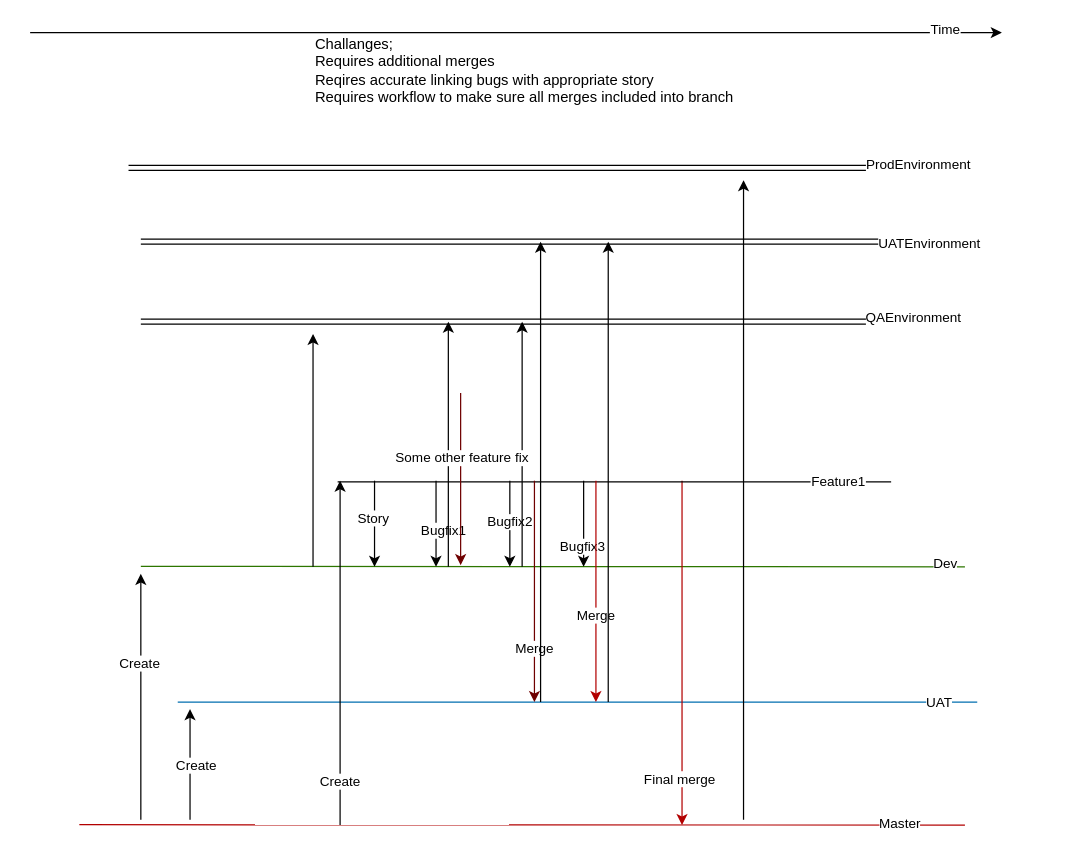
The draw.io diagram 1Feature.drawio in sshevchenko777/POC, before the edit. Source tidied: cells renumbered, new cells numbered last; positions are measured from the earlier drawing's top-left corner, leaving out a move shared by most shapes. Both pictures are drawn from the tidied source at 123%, with x=0, y=0 at pixel (30, 27).
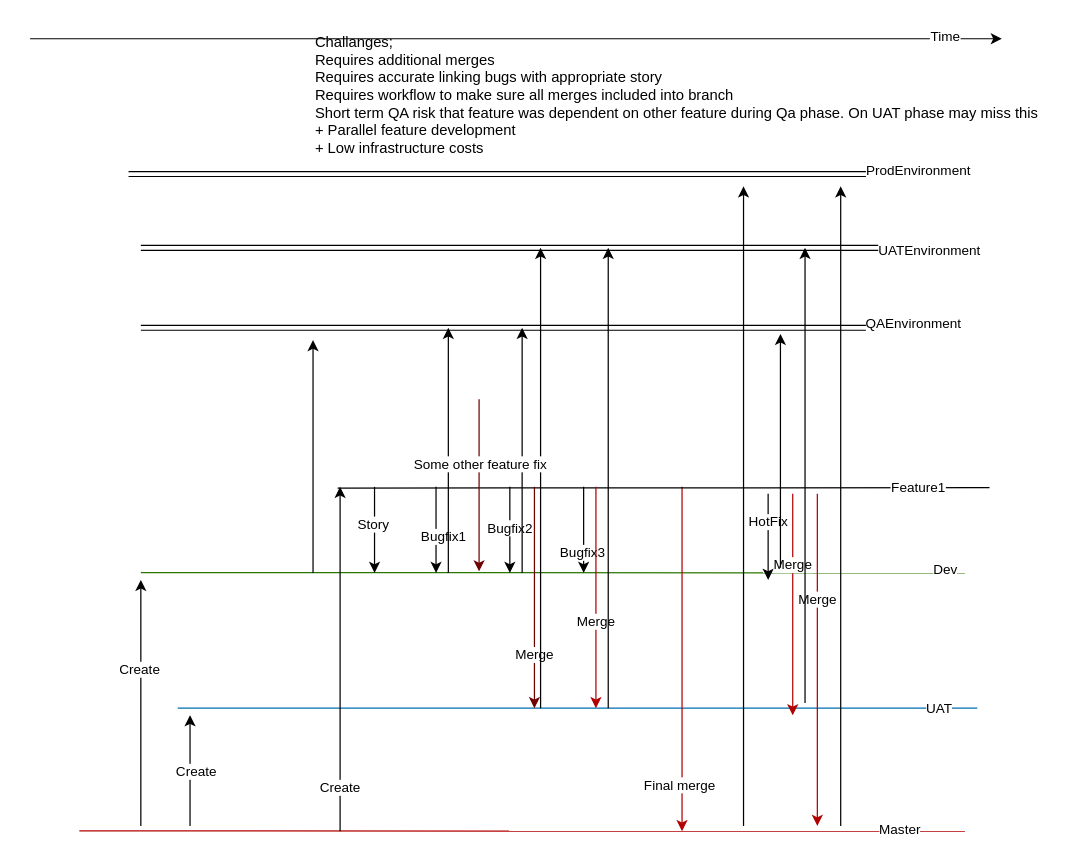
Above is the later version.

The edit, as a diff of the source:
```diff
@@
     <mxCell id="2" style="endArrow=none;html=1;rounded=0;fillColor=#60a917;strokeColor=#2D7600;" parent="1" edge="1">
       <mxGeometry relative="1" as="geometry">
-        <mxPoint x="90" y="438" as="sourcePoint" />
-        <mxPoint x="760" y="438.3" as="targetPoint" />
+        <mxPoint x="90" y="443" as="sourcePoint" />
+        <mxPoint x="760" y="443.3" as="targetPoint" />
       </mxGeometry>
     </mxCell>
@@
     <mxCell id="4" style="endArrow=none;html=1;rounded=0;fillColor=#1ba1e2;strokeColor=#006EAF;" parent="1" edge="1">
       <mxGeometry relative="1" as="geometry">
-        <mxPoint x="120" y="548.3" as="sourcePoint" />
-        <mxPoint x="770" y="548.3" as="targetPoint" />
+        <mxPoint x="120" y="553.3" as="sourcePoint" />
+        <mxPoint x="770" y="553.3" as="targetPoint" />
       </mxGeometry>
     </mxCell>
@@
     <mxCell id="6" style="endArrow=none;html=1;rounded=0;fillColor=#e51400;strokeColor=#B20000;" parent="1" edge="1">
       <mxGeometry relative="1" as="geometry">
-        <mxPoint x="40" y="648" as="sourcePoint" />
-        <mxPoint x="760" y="648.3" as="targetPoint" />
+        <mxPoint x="40" y="653" as="sourcePoint" />
+        <mxPoint x="760" y="653.3" as="targetPoint" />
       </mxGeometry>
     </mxCell>
@@
     <mxCell id="8" style="edgeStyle=orthogonalEdgeStyle;rounded=0;orthogonalLoop=1;jettySize=auto;html=1;" parent="1" edge="1">
       <mxGeometry relative="1" as="geometry">
-        <mxPoint x="280" y="368.3" as="sourcePoint" />
-        <mxPoint x="280" y="438.3" as="targetPoint" />
+        <mxPoint x="280" y="373.3" as="sourcePoint" />
+        <mxPoint x="280" y="443.3" as="targetPoint" />
       </mxGeometry>
     </mxCell>
@@
     <mxCell id="10" style="edgeStyle=orthogonalEdgeStyle;rounded=0;orthogonalLoop=1;jettySize=auto;html=1;fillColor=#e51400;strokeColor=#B20000;" parent="1" edge="1">
       <mxGeometry relative="1" as="geometry">
-        <mxPoint x="530" y="368.3" as="sourcePoint" />
-        <mxPoint x="530" y="648.3" as="targetPoint" />
+        <mxPoint x="530" y="373.3" as="sourcePoint" />
+        <mxPoint x="530" y="653.3" as="targetPoint" />
         <Array as="points">
-          <mxPoint x="530" y="368.3" />
+          <mxPoint x="530" y="373.3" />
         </Array>
       </mxGeometry>
     </mxCell>
@@
     <mxCell id="12" style="edgeStyle=orthogonalEdgeStyle;rounded=0;orthogonalLoop=1;jettySize=auto;html=1;" parent="1" edge="1">
       <mxGeometry relative="1" as="geometry">
-        <mxPoint x="330" y="368.3" as="sourcePoint" />
-        <mxPoint x="330" y="438.3" as="targetPoint" />
+        <mxPoint x="330" y="373.3" as="sourcePoint" />
+        <mxPoint x="330" y="443.3" as="targetPoint" />
       </mxGeometry>
     </mxCell>
@@
     <mxCell id="14" style="edgeStyle=orthogonalEdgeStyle;rounded=0;orthogonalLoop=1;jettySize=auto;html=1;" parent="1" edge="1">
       <mxGeometry relative="1" as="geometry">
-        <mxPoint x="450" y="368.3" as="sourcePoint" />
-        <mxPoint x="450" y="438.3" as="targetPoint" />
+        <mxPoint x="450" y="373.3" as="sourcePoint" />
+        <mxPoint x="450" y="443.3" as="targetPoint" />
       </mxGeometry>
     </mxCell>
@@
     <mxCell id="16" style="endArrow=classic;html=1;rounded=0;" parent="1" edge="1">
       <mxGeometry relative="1" as="geometry">
-        <mxPoint y="4" as="sourcePoint" />
-        <mxPoint x="790" y="4" as="targetPoint" />
+        <mxPoint y="9" as="sourcePoint" />
+        <mxPoint x="790" y="9" as="targetPoint" />
       </mxGeometry>
     </mxCell>
@@
     <mxCell id="18" style="endArrow=none;html=1;rounded=0;" parent="1" edge="1">
       <mxGeometry relative="1" as="geometry">
-        <mxPoint x="250" y="369.3" as="sourcePoint" />
-        <mxPoint x="700" y="369.3" as="targetPoint" />
+        <mxPoint x="250" y="374.3" as="sourcePoint" />
+        <mxPoint x="780" y="374" as="targetPoint" />
       </mxGeometry>
     </mxCell>
@@
     <mxCell id="20" style="endArrow=classic;html=1;rounded=0;" parent="1" edge="1">
       <mxGeometry relative="1" as="geometry">
-        <mxPoint x="252" y="648.3" as="sourcePoint" />
-        <mxPoint x="252" y="368.3" as="targetPoint" />
+        <mxPoint x="252" y="653.3" as="sourcePoint" />
+        <mxPoint x="252" y="373.3" as="targetPoint" />
       </mxGeometry>
     </mxCell>
@@
     <mxCell id="22" style="endArrow=classic;html=1;rounded=0;" parent="1" edge="1">
       <mxGeometry relative="1" as="geometry">
-        <mxPoint x="390" y="368.3" as="sourcePoint" />
-        <mxPoint x="390" y="438.3" as="targetPoint" />
+        <mxPoint x="390" y="373.3" as="sourcePoint" />
+        <mxPoint x="390" y="443.3" as="targetPoint" />
       </mxGeometry>
     </mxCell>
@@
     <mxCell id="24" style="shape=link;html=1;rounded=0;" parent="1" edge="1">
       <mxGeometry relative="1" as="geometry">
-        <mxPoint x="90" y="239" as="sourcePoint" />
-        <mxPoint x="745" y="239" as="targetPoint" />
+        <mxPoint x="90" y="244" as="sourcePoint" />
+        <mxPoint x="745" y="244" as="targetPoint" />
       </mxGeometry>
     </mxCell>
@@
     <mxCell id="26" style="endArrow=classic;html=1;rounded=0;" parent="1" edge="1">
       <mxGeometry relative="1" as="geometry">
-        <mxPoint x="230" y="438.3" as="sourcePoint" />
-        <mxPoint x="230" y="249" as="targetPoint" />
+        <mxPoint x="230" y="443.3" as="sourcePoint" />
+        <mxPoint x="230" y="254" as="targetPoint" />
       </mxGeometry>
     </mxCell>
     <mxCell id="27" style="endArrow=classic;html=1;rounded=0;" parent="1" edge="1">
       <mxGeometry relative="1" as="geometry">
-        <mxPoint x="340" y="438.3" as="sourcePoint" />
-        <mxPoint x="340" y="239" as="targetPoint" />
+        <mxPoint x="340" y="443.3" as="sourcePoint" />
+        <mxPoint x="340" y="244" as="targetPoint" />
       </mxGeometry>
     </mxCell>
     <mxCell id="28" style="shape=link;html=1;rounded=0;" parent="1" edge="1">
       <mxGeometry relative="1" as="geometry">
-        <mxPoint x="90" y="174" as="sourcePoint" />
-        <mxPoint x="760" y="174" as="targetPoint" />
+        <mxPoint x="90" y="179" as="sourcePoint" />
+        <mxPoint x="760" y="179" as="targetPoint" />
       </mxGeometry>
     </mxCell>
@@
     <mxCell id="30" style="endArrow=classic;html=1;rounded=0;fillColor=#a20025;strokeColor=#6F0000;" parent="1" edge="1">
       <mxGeometry relative="1" as="geometry">
-        <mxPoint x="410" y="368.3" as="sourcePoint" />
-        <mxPoint x="410" y="548.3" as="targetPoint" />
+        <mxPoint x="410" y="373.3" as="sourcePoint" />
+        <mxPoint x="410" y="553.3" as="targetPoint" />
       </mxGeometry>
     </mxCell>
@@
     <mxCell id="32" style="endArrow=classic;html=1;rounded=0;" parent="1" edge="1">
       <mxGeometry relative="1" as="geometry">
-        <mxPoint x="415" y="548.3" as="sourcePoint" />
-        <mxPoint x="415" y="174" as="targetPoint" />
+        <mxPoint x="415" y="553.3" as="sourcePoint" />
+        <mxPoint x="415" y="179" as="targetPoint" />
       </mxGeometry>
     </mxCell>
     <mxCell id="33" style="endArrow=classic;html=1;rounded=0;fillColor=#e51400;strokeColor=#B20000;" parent="1" edge="1">
       <mxGeometry relative="1" as="geometry">
-        <mxPoint x="460" y="368.3" as="sourcePoint" />
-        <mxPoint x="460" y="548.3" as="targetPoint" />
+        <mxPoint x="460" y="373.3" as="sourcePoint" />
+        <mxPoint x="460" y="553.3" as="targetPoint" />
       </mxGeometry>
     </mxCell>
@@
     <mxCell id="35" style="endArrow=classic;html=1;rounded=0;" parent="1" edge="1">
       <mxGeometry relative="1" as="geometry">
-        <mxPoint x="470" y="548.3" as="sourcePoint" />
-        <mxPoint x="470" y="174" as="targetPoint" />
+        <mxPoint x="470" y="553.3" as="sourcePoint" />
+        <mxPoint x="470" y="179" as="targetPoint" />
       </mxGeometry>
     </mxCell>
     <mxCell id="36" style="endArrow=classic;html=1;rounded=0;" parent="1" edge="1">
       <mxGeometry relative="1" as="geometry">
-        <mxPoint x="400" y="438.3" as="sourcePoint" />
-        <mxPoint x="400" y="239" as="targetPoint" />
+        <mxPoint x="400" y="443.3" as="sourcePoint" />
+        <mxPoint x="400" y="244" as="targetPoint" />
       </mxGeometry>
     </mxCell>
-    <mxCell id="37" value="Challanges;&lt;div&gt;Requires additional merges&lt;/div&gt;&lt;div style=&quot;&quot;&gt;Reqires accurate linking bugs with appropriate story&lt;/div&gt;&lt;div style=&quot;&quot;&gt;Requires workflow to make sure all merges included into branch&lt;/div&gt;" style="text;html=1;align=left;verticalAlign=middle;strokeColor=none;fillColor=none;" parent="1" vertex="1">
-      <mxGeometry x="230" width="360" height="70" as="geometry" />
+    <mxCell id="37" value="Challanges;&lt;div&gt;Requires additional merges&lt;/div&gt;&lt;div style=&quot;&quot;&gt;Requires accurate linking bugs with appropriate story&lt;/div&gt;&lt;div style=&quot;&quot;&gt;Requires workflow to make sure all merges included into branch&lt;/div&gt;&lt;div style=&quot;&quot;&gt;Short term QA risk that feature was dependent on other feature during Qa phase. On UAT phase may miss this&lt;/div&gt;&lt;div style=&quot;&quot;&gt;+ Parallel feature development&lt;/div&gt;&lt;div style=&quot;&quot;&gt;+ Low infrastructure costs&lt;/div&gt;" style="text;html=1;align=left;verticalAlign=middle;strokeColor=none;fillColor=none;" parent="1" vertex="1">
+      <mxGeometry x="230" width="610" height="110" as="geometry" />
     </mxCell>
     <mxCell id="38" style="endArrow=classic;html=1;rounded=0;fillColor=#a20025;strokeColor=#6F0000;" parent="1" edge="1">
       <mxGeometry relative="1" as="geometry">
-        <mxPoint x="350" y="297" as="sourcePoint" />
-        <mxPoint x="350" y="437" as="targetPoint" />
+        <mxPoint x="365" y="302" as="sourcePoint" />
+        <mxPoint x="365" y="442" as="targetPoint" />
       </mxGeometry>
     </mxCell>
@@
     <mxCell id="40" style="shape=link;html=1;rounded=0;" parent="1" edge="1">
       <mxGeometry relative="1" as="geometry">
-        <mxPoint x="80" y="114" as="sourcePoint" />
-        <mxPoint x="750" y="114" as="targetPoint" />
+        <mxPoint x="80" y="119" as="sourcePoint" />
+        <mxPoint x="750" y="119" as="targetPoint" />
       </mxGeometry>
     </mxCell>
@@
     <mxCell id="42" style="endArrow=classic;html=1;rounded=0;" parent="1" edge="1">
       <mxGeometry relative="1" as="geometry">
-        <mxPoint x="580" y="644" as="sourcePoint" />
-        <mxPoint x="580" y="124" as="targetPoint" />
+        <mxPoint x="580" y="649" as="sourcePoint" />
+        <mxPoint x="580" y="129" as="targetPoint" />
       </mxGeometry>
     </mxCell>
     <mxCell id="43" style="endArrow=classic;html=1;rounded=0;" parent="1" edge="1">
       <mxGeometry relative="1" as="geometry">
-        <mxPoint x="130" y="644" as="sourcePoint" />
-        <mxPoint x="130" y="554" as="targetPoint" />
+        <mxPoint x="130" y="649" as="sourcePoint" />
+        <mxPoint x="130" y="559" as="targetPoint" />
       </mxGeometry>
     </mxCell>
@@
     <mxCell id="45" style="endArrow=classic;html=1;rounded=0;" parent="1" edge="1">
       <mxGeometry relative="1" as="geometry">
-        <mxPoint x="90" y="644" as="sourcePoint" />
-        <mxPoint x="90" y="444" as="targetPoint" />
+        <mxPoint x="90" y="649" as="sourcePoint" />
+        <mxPoint x="90" y="449" as="targetPoint" />
       </mxGeometry>
     </mxCell>
@@
+    <mxCell id="47" style="endArrow=classic;html=1;rounded=0;" parent="1" edge="1">
+      <mxGeometry relative="1" as="geometry">
+        <mxPoint x="600" y="379" as="sourcePoint" />
+        <mxPoint x="600" y="449" as="targetPoint" />
+      </mxGeometry>
+    </mxCell>
+    <mxCell id="48" value="HotFix" style="edgeLabel;html=1;align=center;verticalAlign=middle;" parent="47" vertex="1">
+      <mxGeometry x="-0.37" y="-1" relative="1" as="geometry" />
+    </mxCell>
+    <mxCell id="49" style="endArrow=classic;html=1;rounded=0;" parent="1" edge="1">
+      <mxGeometry relative="1" as="geometry">
+        <mxPoint x="659" y="649" as="sourcePoint" />
+        <mxPoint x="659" y="129" as="targetPoint" />
+      </mxGeometry>
+    </mxCell>
+    <mxCell id="50" style="endArrow=classic;html=1;rounded=0;fillColor=#e51400;strokeColor=#B20000;" parent="1" edge="1">
+      <mxGeometry relative="1" as="geometry">
+        <mxPoint x="620" y="379" as="sourcePoint" />
+        <mxPoint x="620" y="559" as="targetPoint" />
+      </mxGeometry>
+    </mxCell>
+    <mxCell id="51" value="Merge" style="edgeLabel;html=1;align=center;verticalAlign=middle;" parent="50" vertex="1">
+      <mxGeometry x="-0.37" y="-1" relative="1" as="geometry" />
+    </mxCell>
+    <mxCell id="52" style="endArrow=classic;html=1;rounded=0;fillColor=#e51400;strokeColor=#B20000;" parent="1" edge="1">
+      <mxGeometry relative="1" as="geometry">
+        <mxPoint x="640" y="379" as="sourcePoint" />
+        <mxPoint x="640" y="649" as="targetPoint" />
+      </mxGeometry>
+    </mxCell>
+    <mxCell id="53" value="Merge" style="edgeLabel;html=1;align=center;verticalAlign=middle;" parent="52" vertex="1">
+      <mxGeometry x="-0.37" y="-1" relative="1" as="geometry" />
+    </mxCell>
+    <mxCell id="54" style="endArrow=classic;html=1;rounded=0;" parent="1" edge="1">
+      <mxGeometry relative="1" as="geometry">
+        <mxPoint x="610" y="439" as="sourcePoint" />
+        <mxPoint x="610" y="249" as="targetPoint" />
+      </mxGeometry>
+    </mxCell>
+    <mxCell id="55" style="endArrow=classic;html=1;rounded=0;" parent="1" edge="1">
+      <mxGeometry relative="1" as="geometry">
+        <mxPoint x="630" y="549" as="sourcePoint" />
+        <mxPoint x="630" y="179" as="targetPoint" />
+      </mxGeometry>
+    </mxCell>
```
